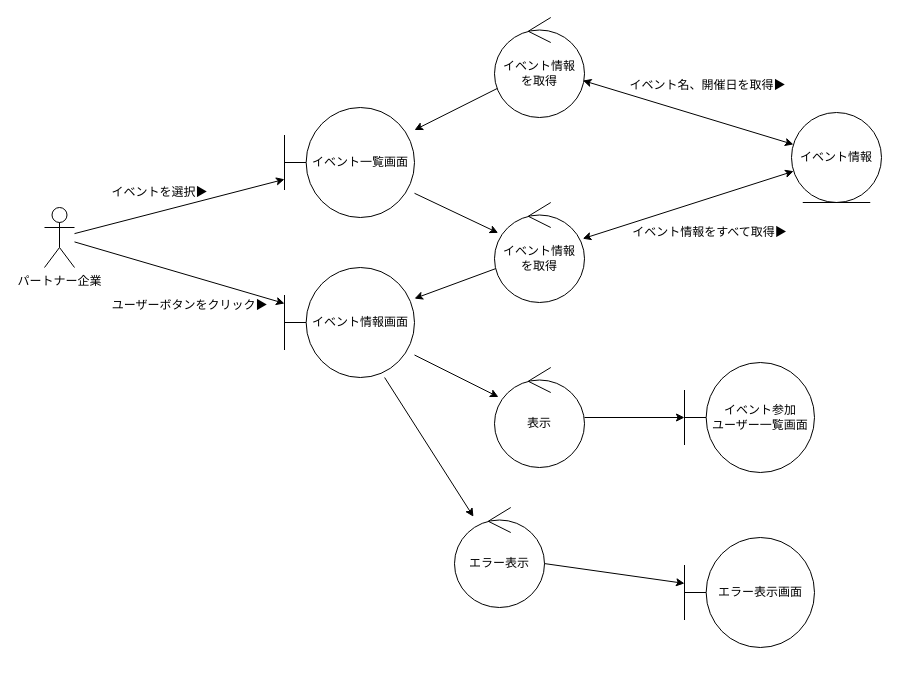
The draw.io diagram page "参加ユーザー確認" (1 of 9) of out/ロバストネス図/パートナー企業-ロバストネス図.drawio in ksw2270227/GroupF, before the edit. Source tidied: cells renumbered, new cells numbered last; positions are measured from the earlier drawing's top-left corner, leaving out a move shared by most shapes. Both pictures are drawn from the tidied source at 100%, with x=0, y=0 at pixel (44, 17).
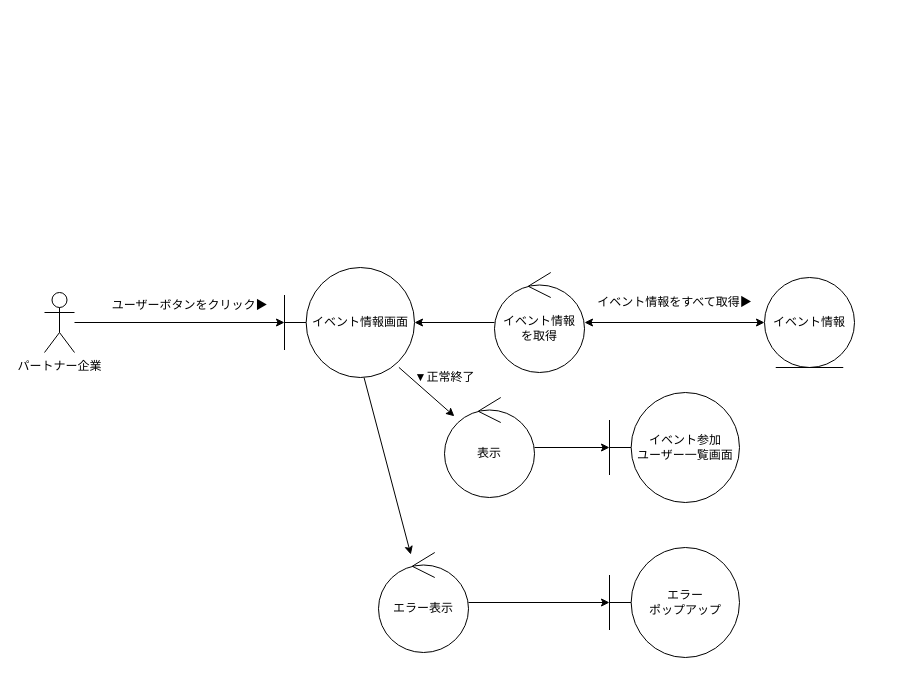
The same page after the edit.

The change refers to these unchanged cells:
```xml
<mxCell id="6" value="イベント情報画面" style="shape=umlBoundary;whiteSpace=wrap;html=1;" parent="1" vertex="1">
  <mxGeometry x="240" y="250" width="130" height="110" as="geometry" />
</mxCell>
```

Change to the diagram source:
```diff
@@
-    <mxCell id="2" style="edgeStyle=none;html=1;" parent="1" edge="1" source="4" target="8">
-      <mxGeometry relative="1" as="geometry" />
-    </mxCell>
@@
     <mxCell id="4" value="パートナー企業" style="shape=umlActor;verticalLabelPosition=bottom;verticalAlign=top;html=1;" parent="1" vertex="1">
-      <mxGeometry y="190" width="30" height="60" as="geometry" />
+      <mxGeometry y="275" width="30" height="60" as="geometry" />
     </mxCell>
@@
-    <mxCell id="7" style="edgeStyle=none;html=1;startArrow=none;startFill=0;" parent="1" edge="1" source="8" target="11">
-      <mxGeometry relative="1" as="geometry" />
-    </mxCell>
-    <mxCell id="8" value="イベント一覧画面" style="shape=umlBoundary;whiteSpace=wrap;html=1;" parent="1" vertex="1">
-      <mxGeometry x="240" y="90" width="130" height="110" as="geometry" />
-    </mxCell>
@@
     <mxCell id="11" value="イベント情報&lt;br&gt;を取得" style="ellipse;shape=umlControl;whiteSpace=wrap;html=1;" parent="1" vertex="1">
-      <mxGeometry x="450" y="185" width="90" height="100" as="geometry" />
+      <mxGeometry x="450" y="255" width="90" height="100" as="geometry" />
     </mxCell>
@@
-    <mxCell id="13" value="イベントを選択▶" style="text;html=1;align=center;verticalAlign=middle;strokeColor=none;fillColor=none;" parent="1" vertex="1">
-      <mxGeometry x="55" y="160" width="120" height="30" as="geometry" />
-    </mxCell>
-    <mxCell id="14" style="edgeStyle=none;html=1;startArrow=classic;startFill=1;" parent="1" edge="1" source="18" target="15">
-      <mxGeometry relative="1" as="geometry" />
-    </mxCell>
     <mxCell id="15" value="イベント情報" style="ellipse;shape=umlEntity;whiteSpace=wrap;html=1;" parent="1" vertex="1">
-      <mxGeometry x="747" y="95" width="90" height="90" as="geometry" />
+      <mxGeometry x="720" y="260" width="90" height="90" as="geometry" />
     </mxCell>
     <mxCell id="16" value="イベント参加&lt;br&gt;ユーザー一覧画面" style="shape=umlBoundary;whiteSpace=wrap;html=1;" parent="1" vertex="1">
-      <mxGeometry x="640" y="345" width="130" height="110" as="geometry" />
+      <mxGeometry x="565" y="375" width="130" height="110" as="geometry" />
     </mxCell>
-    <mxCell id="17" style="edgeStyle=none;html=1;startArrow=none;startFill=0;endArrow=classic;endFill=1;" parent="1" edge="1" source="18" target="8">
-      <mxGeometry relative="1" as="geometry" />
-    </mxCell>
-    <mxCell id="18" value="イベント情報&lt;br&gt;を取得" style="ellipse;shape=umlControl;whiteSpace=wrap;html=1;" parent="1" vertex="1">
-      <mxGeometry x="450" width="90" height="100" as="geometry" />
-    </mxCell>
-    <mxCell id="19" value="イベント名、開催日を取得▶" style="text;html=1;align=center;verticalAlign=middle;strokeColor=none;fillColor=none;" parent="1" vertex="1">
-      <mxGeometry x="573" y="53" width="180" height="30" as="geometry" />
-    </mxCell>
     <mxCell id="20" value="イベント情報をすべて取得▶" style="text;html=1;align=center;verticalAlign=middle;strokeColor=none;fillColor=none;" parent="1" vertex="1">
-      <mxGeometry x="575" y="200" width="180" height="30" as="geometry" />
+      <mxGeometry x="540" y="270" width="180" height="30" as="geometry" />
     </mxCell>
-    <mxCell id="21" style="edgeStyle=none;html=1;startArrow=none;startFill=0;" parent="1" edge="1" source="6" target="23">
+    <mxCell id="21" style="edgeStyle=none;html=1;startArrow=none;startFill=0;exitX=0.88;exitY=0.908;exitDx=0;exitDy=0;exitPerimeter=0;" parent="1" edge="1" source="6" target="23">
       <mxGeometry relative="1" as="geometry" />
     </mxCell>
@@
     <mxCell id="23" value="表示" style="ellipse;shape=umlControl;whiteSpace=wrap;html=1;" parent="1" vertex="1">
-      <mxGeometry x="450" y="350" width="90" height="100" as="geometry" />
+      <mxGeometry x="400" y="380" width="90" height="100" as="geometry" />
     </mxCell>
-    <mxCell id="24" value="エラー表示画面" style="shape=umlBoundary;whiteSpace=wrap;html=1;" parent="1" vertex="1">
-      <mxGeometry x="640" y="520" width="130" height="110" as="geometry" />
+    <mxCell id="24" value="エラー&lt;br&gt;ポップアップ" style="shape=umlBoundary;whiteSpace=wrap;html=1;" parent="1" vertex="1">
+      <mxGeometry x="565" y="530" width="130" height="110" as="geometry" />
     </mxCell>
@@
     <mxCell id="26" value="エラー表示" style="ellipse;shape=umlControl;whiteSpace=wrap;html=1;" parent="1" vertex="1">
-      <mxGeometry x="410" y="490" width="90" height="100" as="geometry" />
+      <mxGeometry x="334" y="535" width="90" height="100" as="geometry" />
     </mxCell>
+    <mxCell id="27" value="▼正常終了" style="text;html=1;align=center;verticalAlign=middle;strokeColor=none;fillColor=none;" parent="1" vertex="1">
+      <mxGeometry x="360" y="345" width="80" height="30" as="geometry" />
+    </mxCell>
```
